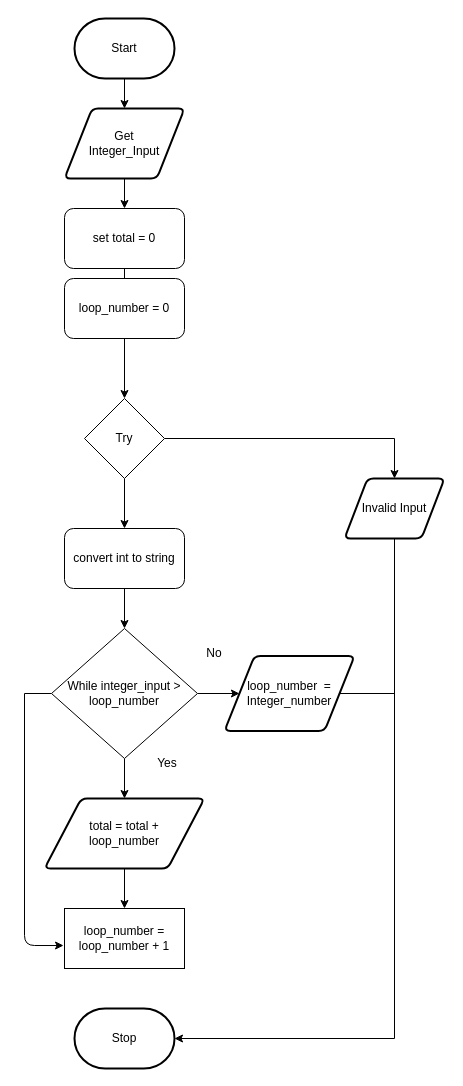
JacksonNaufal/ICS3U-Unit4-01-Python keeps this draw.io diagram as FlowChart.Drawio. Above is the earlier version. Source tidied: cells renumbered, new cells numbered last; positions are measured from the earlier drawing's top-left corner, leaving out a move shared by most shapes. Both pictures are drawn from the tidied source at 100%, with x=0, y=0 at pixel (24, 18).
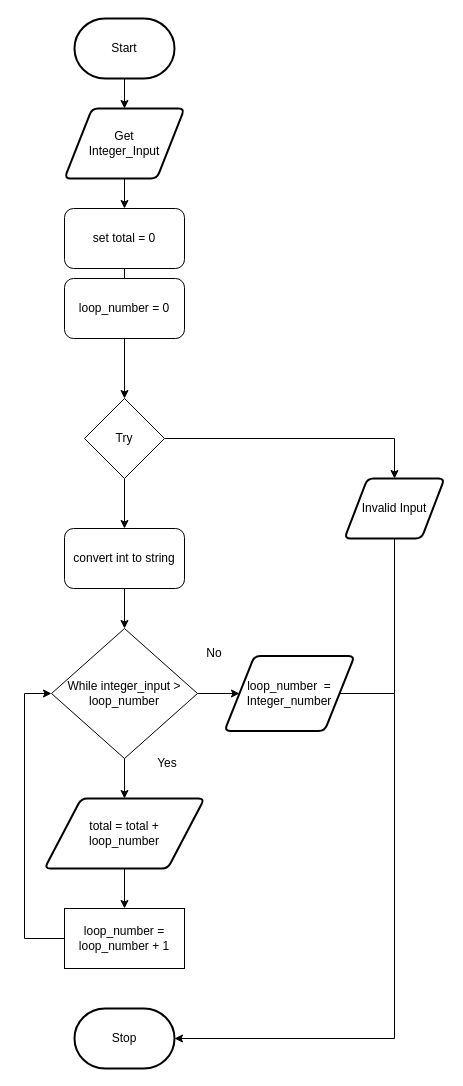
Above is the later version.

The change refers to these unchanged cells:
```xml
<mxCell id="20" value="While integer_input &amp;gt; loop_number" style="rhombus;whiteSpace=wrap;html=1;" parent="1" vertex="1">
  <mxGeometry x="27" y="610" width="146" height="130" as="geometry" />
</mxCell>
<mxCell id="23" value="loop_number = loop_number + 1" style="rounded=0;whiteSpace=wrap;html=1;" parent="1" vertex="1">
  <mxGeometry x="40" y="890" width="120" height="60" as="geometry" />
</mxCell>
```

Change to the diagram source:
```diff
@@
-    <mxCell id="18" style="edgeStyle=none;html=1;entryX=-0.008;entryY=0.617;entryDx=0;entryDy=0;entryPerimeter=0;" parent="1" edge="1" target="23">
-      <mxGeometry relative="1" as="geometry">
-        <mxPoint y="675" as="sourcePoint" />
-        <Array as="points">
-          <mxPoint y="927" />
-        </Array>
-      </mxGeometry>
-    </mxCell>
-    <mxCell id="19" style="edgeStyle=none;html=1;endArrow=none;endFill=0;" parent="1" edge="1" source="20">
-      <mxGeometry relative="1" as="geometry">
-        <mxPoint y="675" as="targetPoint" />
-      </mxGeometry>
-    </mxCell>
@@
+    <mxCell id="30" style="edgeStyle=none;html=1;entryX=0;entryY=0.5;entryDx=0;entryDy=0;rounded=0;" parent="1" edge="1" source="23" target="20">
+      <mxGeometry relative="1" as="geometry">
+        <Array as="points">
+          <mxPoint y="920" />
+          <mxPoint y="675" />
+        </Array>
+      </mxGeometry>
+    </mxCell>
```
